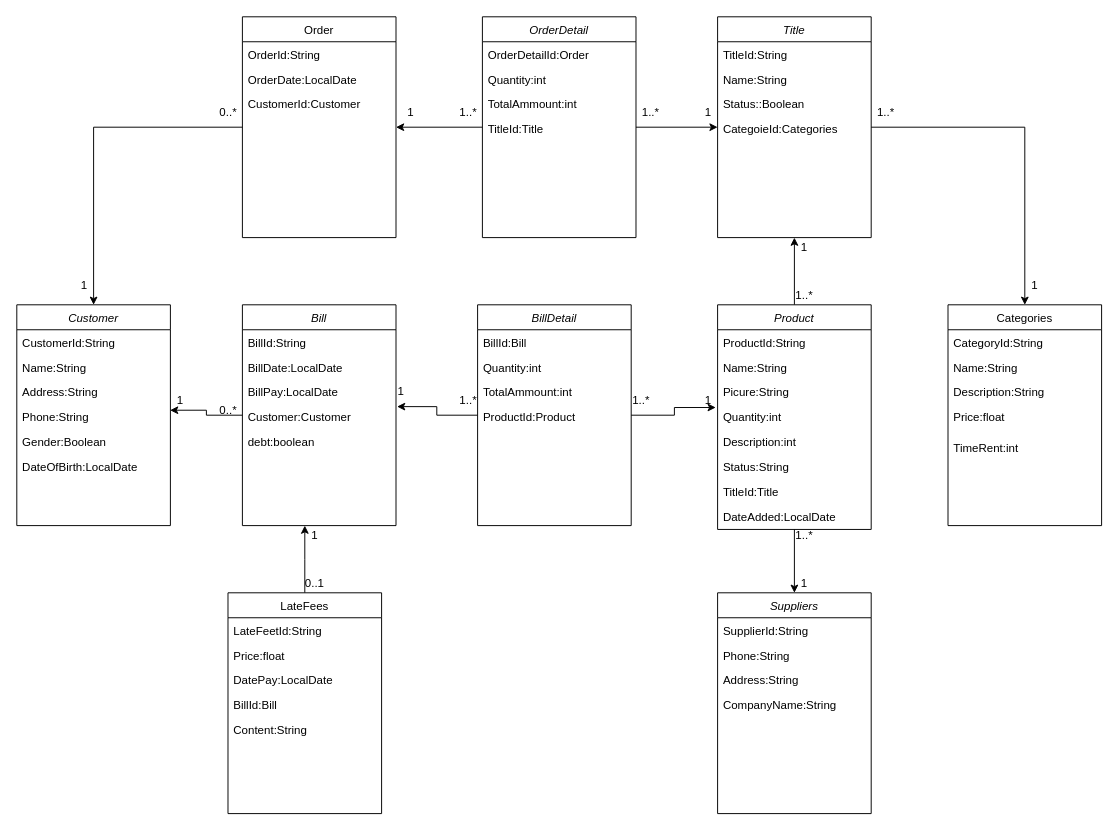
Before: database.drawio in quannguyen1999/manage-disks, a draw.io diagram. Source tidied: cells renumbered, new cells numbered last; positions are measured from the earlier drawing's top-left corner, leaving out a move shared by most shapes. Both pictures are drawn from the tidied source at 96%, with x=0, y=0 at pixel (16, 16).
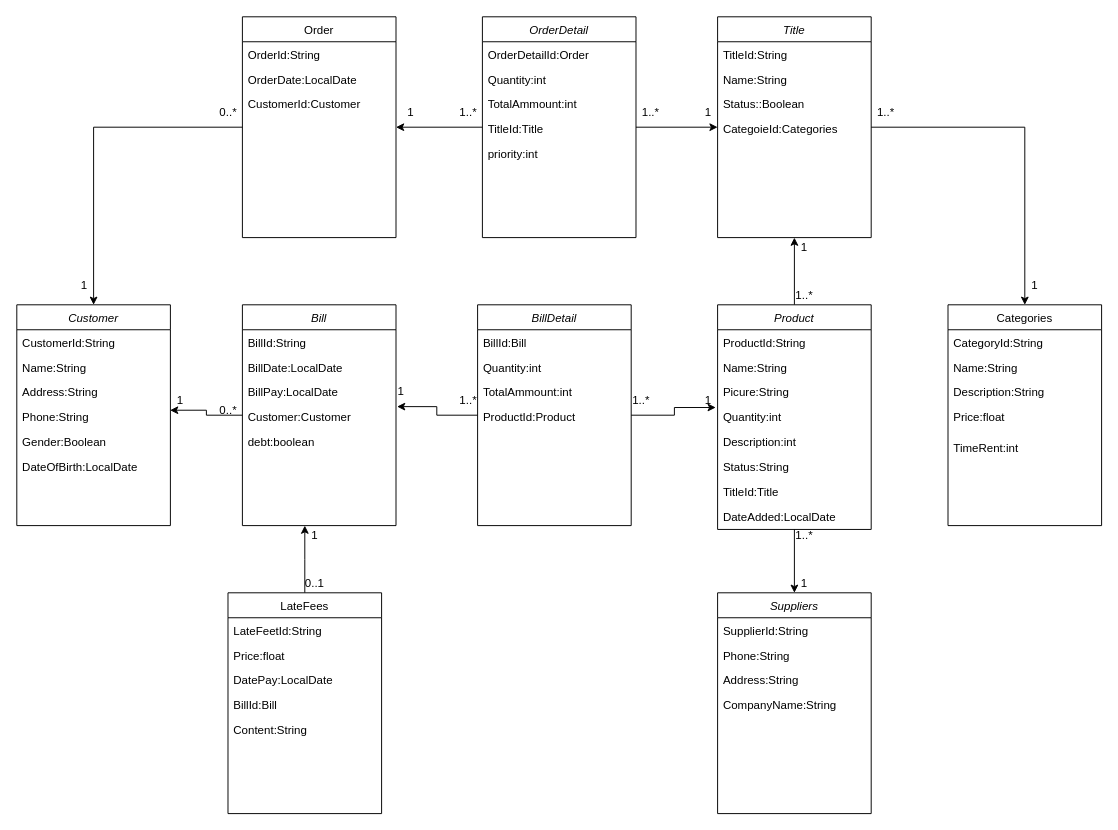
Above is the later version.

The change refers to these unchanged cells:
```xml
<mxCell id="70" value="OrderDetail" style="swimlane;fontStyle=2;align=center;verticalAlign=top;horizontal=1;startSize=26;rounded=0;shadow=0;strokeWidth=1;" parent="1" vertex="1">
  <mxGeometry x="485" width="160" height="230" as="geometry" />
</mxCell>
```

Change to the diagram source:
```diff
@@
+    <mxCell id="90" value="priority:int" style="text;align=left;verticalAlign=top;spacingLeft=4;spacingRight=4;overflow=hidden;" parent="70" vertex="1">
+      <mxGeometry y="130" width="160" height="26" as="geometry" />
+    </mxCell>
```
